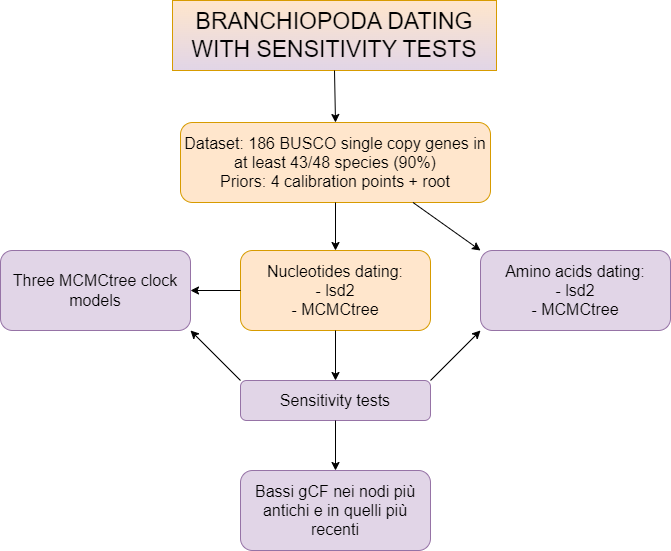
This is Branchio_new_pipeline.drawio.png from NiccoloRighetti/Branchio_Tree, a draw.io export, as it was before one commit. Source tidied: cells renumbered, new cells last; positions are measured from the earlier drawing's top-left corner, leaving out a move shared by most shapes.
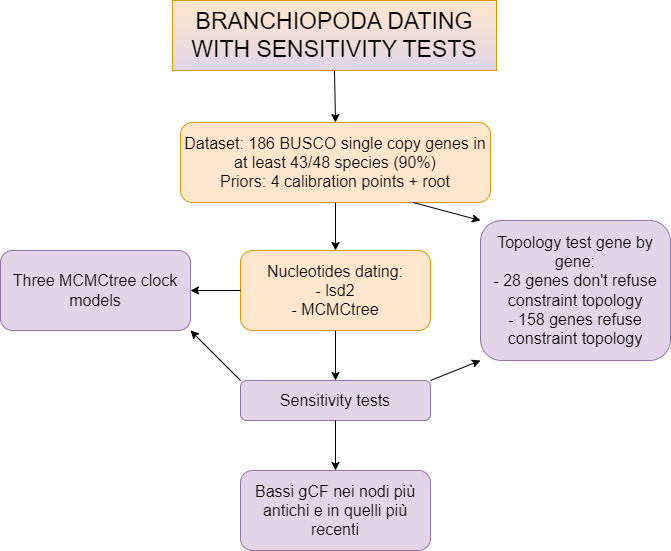
The same file after the commit.

The edit, as a diff of the source:
```diff
@@ -23,8 +23,8 @@
     <mxCell id="8" style="endArrow=classic;html=1;rounded=0;entryX=0.5;entryY=0;entryDx=0;entryDy=0;exitX=0.5;exitY=1;exitDx=0;exitDy=0;" parent="1" edge="1" source="5" target="7">
       <mxGeometry relative="1" as="geometry" />
     </mxCell>
-    <mxCell id="9" value="&lt;span style=&quot;font-size: 16px;&quot;&gt;Amino acids dating:&lt;br&gt;- lsd2&lt;br&gt;- MCMCtree&lt;br&gt;&lt;/span&gt;" style="rounded=1;whiteSpace=wrap;html=1;fillColor=#e1d5e7;strokeColor=#9673a6;" parent="1" vertex="1">
-      <mxGeometry x="480" y="250" width="190" height="80" as="geometry" />
+    <mxCell id="9" value="&lt;span style=&quot;font-size: 16px;&quot;&gt;Topology test gene by gene:&lt;br&gt;- 28 genes don't refuse constraint topology&lt;br&gt;- 158 genes refuse constraint topology&lt;br&gt;&lt;/span&gt;" style="rounded=1;whiteSpace=wrap;html=1;fillColor=#e1d5e7;strokeColor=#9673a6;" parent="1" vertex="1">
+      <mxGeometry x="480" y="220" width="190" height="140" as="geometry" />
     </mxCell>
     <mxCell id="10" style="endArrow=classic;html=1;rounded=0;entryX=0;entryY=1;entryDx=0;entryDy=0;exitX=1;exitY=0;exitDx=0;exitDy=0;" parent="1" edge="1" source="7" target="9">
       <mxGeometry relative="1" as="geometry" />
```
